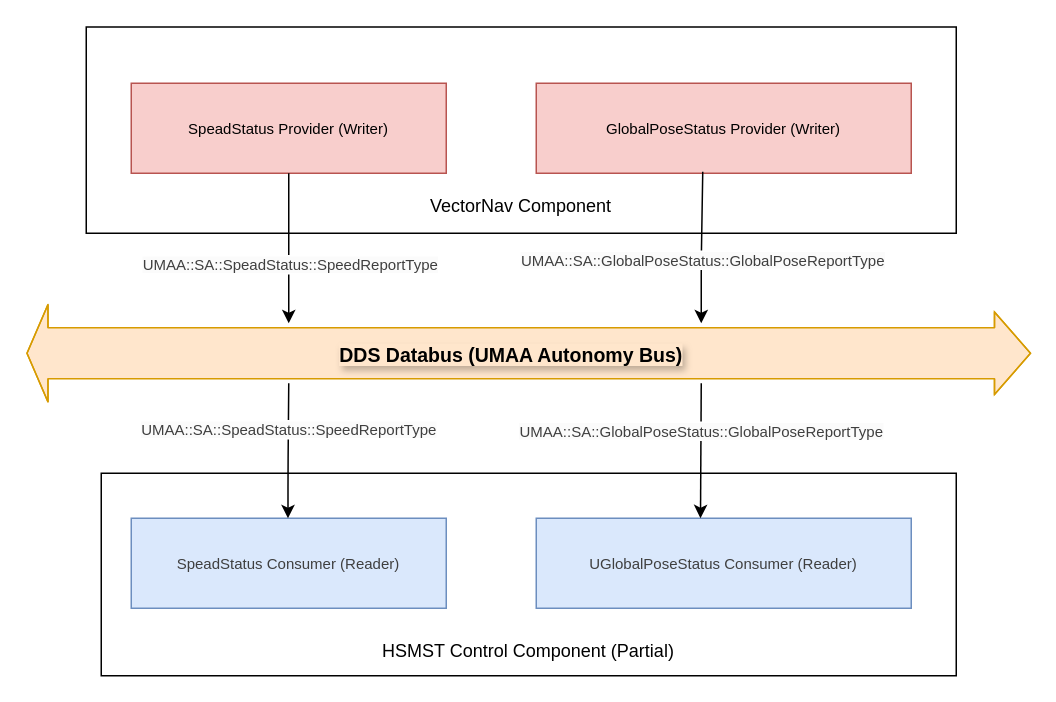
Before: VectorNavBlockDiagram.drawio in psmass/UMAA_VectorNavAI, a draw.io diagram. Source tidied: cells renumbered, new cells numbered last; positions are measured from the earlier drawing's top-left corner, leaving out a move shared by most shapes. Both pictures are drawn from the tidied source at 150%, with x=0, y=0 at pixel (26, 26).
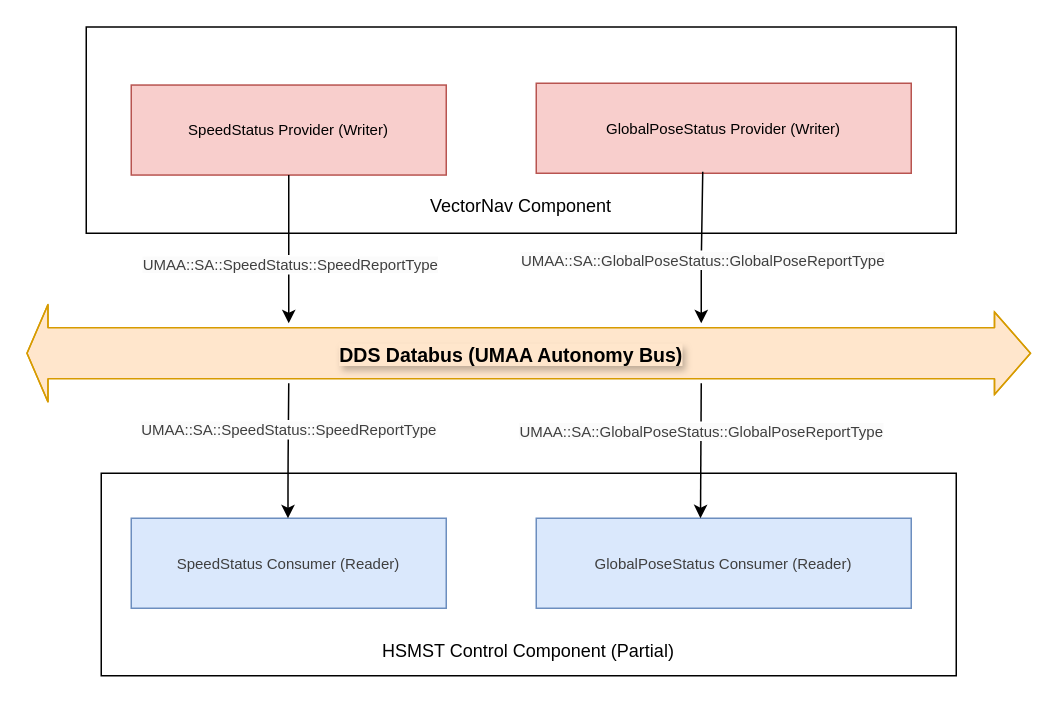
After the change.

The change refers to these unchanged cells:
```xml
<mxCell id="7" style="endArrow=classic;html=1;exitX=0.5;exitY=1;exitDx=0;exitDy=0;" parent="1" edge="1" source="3">
  <mxGeometry relative="1" as="geometry">
    <mxPoint x="175" y="198" as="targetPoint" />
  </mxGeometry>
</mxCell>
<mxCell id="14" style="endArrow=classic;html=1;" parent="1" edge="1">
  <mxGeometry relative="1" as="geometry">
    <mxPoint x="175" y="238" as="sourcePoint" />
    <mxPoint x="174.5" y="328" as="targetPoint" />
    <Array as="points">
      <mxPoint x="174.5" y="298" />
    </Array>
  </mxGeometry>
</mxCell>
```

What changed in the source:
```diff
@@
-    <mxCell id="3" value="&lt;font style=&quot;font-size: 10px;&quot;&gt;&lt;font style=&quot;&quot;&gt;SpeadStatus&lt;/font&gt;&amp;nbsp;Provider (Writer)&lt;/font&gt;" style="rounded=0;whiteSpace=wrap;html=1;fillColor=#f8cecc;strokeColor=#b85450;" parent="1" vertex="1">
-      <mxGeometry x="70" y="38" width="210" height="60" as="geometry" />
+    <mxCell id="3" value="&lt;font style=&quot;font-size: 10px;&quot;&gt;&lt;font style=&quot;&quot;&gt;SpeedStatus&lt;/font&gt;&amp;nbsp;Provider (Writer)&lt;/font&gt;" style="rounded=0;whiteSpace=wrap;html=1;fillColor=#f8cecc;strokeColor=#b85450;" parent="1" vertex="1">
+      <mxGeometry x="70" y="39.2" width="210" height="60" as="geometry" />
     </mxCell>
@@
-    <mxCell id="8" value="&lt;font style=&quot;color: rgb(63, 63, 63); font-size: 10px; text-wrap-mode: wrap; background-color: rgb(251, 251, 251);&quot;&gt;U&lt;/font&gt;&lt;font style=&quot;color: rgb(63, 63, 63); font-size: 10px; text-wrap-mode: wrap; background-color: rgb(251, 251, 251);&quot;&gt;MAA::SA::SpeadStatus::SpeedRepo&lt;/font&gt;&lt;span style=&quot;color: rgb(63, 63, 63); font-size: 10px; text-wrap-mode: wrap; background-color: rgb(251, 251, 251);&quot;&gt;rtType&lt;/span&gt;" style="edgeLabel;html=1;align=center;verticalAlign=middle;" parent="7" vertex="1">
+    <mxCell id="8" value="&lt;font style=&quot;color: rgb(63, 63, 63); font-size: 10px; text-wrap-mode: wrap; background-color: rgb(251, 251, 251);&quot;&gt;U&lt;/font&gt;&lt;font style=&quot;color: rgb(63, 63, 63); font-size: 10px; text-wrap-mode: wrap; background-color: rgb(251, 251, 251);&quot;&gt;MAA::SA::SpeedStatus::SpeedRepo&lt;/font&gt;&lt;span style=&quot;color: rgb(63, 63, 63); font-size: 10px; text-wrap-mode: wrap; background-color: rgb(251, 251, 251);&quot;&gt;rtType&lt;/span&gt;" style="edgeLabel;html=1;align=center;verticalAlign=middle;" parent="7" vertex="1">
       <mxGeometry x="-0.09" y="-1" relative="1" as="geometry">
         <mxPoint x="1" y="14" as="offset" />
       </mxGeometry>
     </mxCell>
@@
-    <mxCell id="12" value="&lt;font style=&quot;color: rgb(63, 63, 63); font-size: 10px;&quot;&gt;SpeadStatus&lt;/font&gt;&lt;span style=&quot;color: rgb(63, 63, 63); font-size: 10px;&quot;&gt;&amp;nbsp;Consumer (Reader)&lt;/span&gt;" style="rounded=0;whiteSpace=wrap;html=1;fillColor=#dae8fc;strokeColor=#6c8ebf;" parent="1" vertex="1">
+    <mxCell id="12" value="&lt;font style=&quot;color: rgb(63, 63, 63); font-size: 10px;&quot;&gt;SpeedStatus&lt;/font&gt;&lt;span style=&quot;color: rgb(63, 63, 63); font-size: 10px;&quot;&gt;&amp;nbsp;Consumer (Reader)&lt;/span&gt;" style="rounded=0;whiteSpace=wrap;html=1;fillColor=#dae8fc;strokeColor=#6c8ebf;" parent="1" vertex="1">
       <mxGeometry x="70" y="328" width="210" height="60" as="geometry" />
     </mxCell>
-    <mxCell id="13" value="&lt;span style=&quot;color: rgb(63, 63, 63); font-size: 10px;&quot;&gt;UGlobalPoseStatus Consumer (Reader)&lt;/span&gt;" style="rounded=0;whiteSpace=wrap;html=1;fillColor=#dae8fc;strokeColor=#6c8ebf;" parent="1" vertex="1">
+    <mxCell id="13" value="&lt;span style=&quot;color: rgb(63, 63, 63); font-size: 10px;&quot;&gt;GlobalPoseStatus Consumer (Reader)&lt;/span&gt;" style="rounded=0;whiteSpace=wrap;html=1;fillColor=#dae8fc;strokeColor=#6c8ebf;" parent="1" vertex="1">
       <mxGeometry x="340" y="328" width="250" height="60" as="geometry" />
     </mxCell>
@@
-    <mxCell id="15" value="&lt;font style=&quot;text-wrap-mode: wrap; background-color: rgb(251, 251, 251); font-size: 10px; color: rgb(63, 63, 63);&quot;&gt;U&lt;/font&gt;&lt;font style=&quot;text-wrap-mode: wrap; background-color: rgb(251, 251, 251); font-size: 10px; color: rgb(63, 63, 63);&quot;&gt;MAA::SA::SpeadStatus::SpeedRepo&lt;/font&gt;&lt;span style=&quot;text-wrap-mode: wrap; background-color: rgb(251, 251, 251); font-size: 10px; color: rgb(63, 63, 63);&quot;&gt;rtType&lt;/span&gt;" style="edgeLabel;html=1;align=center;verticalAlign=middle;" parent="14" vertex="1">
+    <mxCell id="15" value="&lt;font style=&quot;text-wrap-mode: wrap; background-color: rgb(251, 251, 251); font-size: 10px; color: rgb(63, 63, 63);&quot;&gt;U&lt;/font&gt;&lt;font style=&quot;text-wrap-mode: wrap; background-color: rgb(251, 251, 251); font-size: 10px; color: rgb(63, 63, 63);&quot;&gt;MAA::SA::SpeedStatus::SpeedRepo&lt;/font&gt;&lt;span style=&quot;text-wrap-mode: wrap; background-color: rgb(251, 251, 251); font-size: 10px; color: rgb(63, 63, 63);&quot;&gt;rtType&lt;/span&gt;" style="edgeLabel;html=1;align=center;verticalAlign=middle;" parent="14" vertex="1">
       <mxGeometry x="-0.31" relative="1" as="geometry" />
     </mxCell>
```
